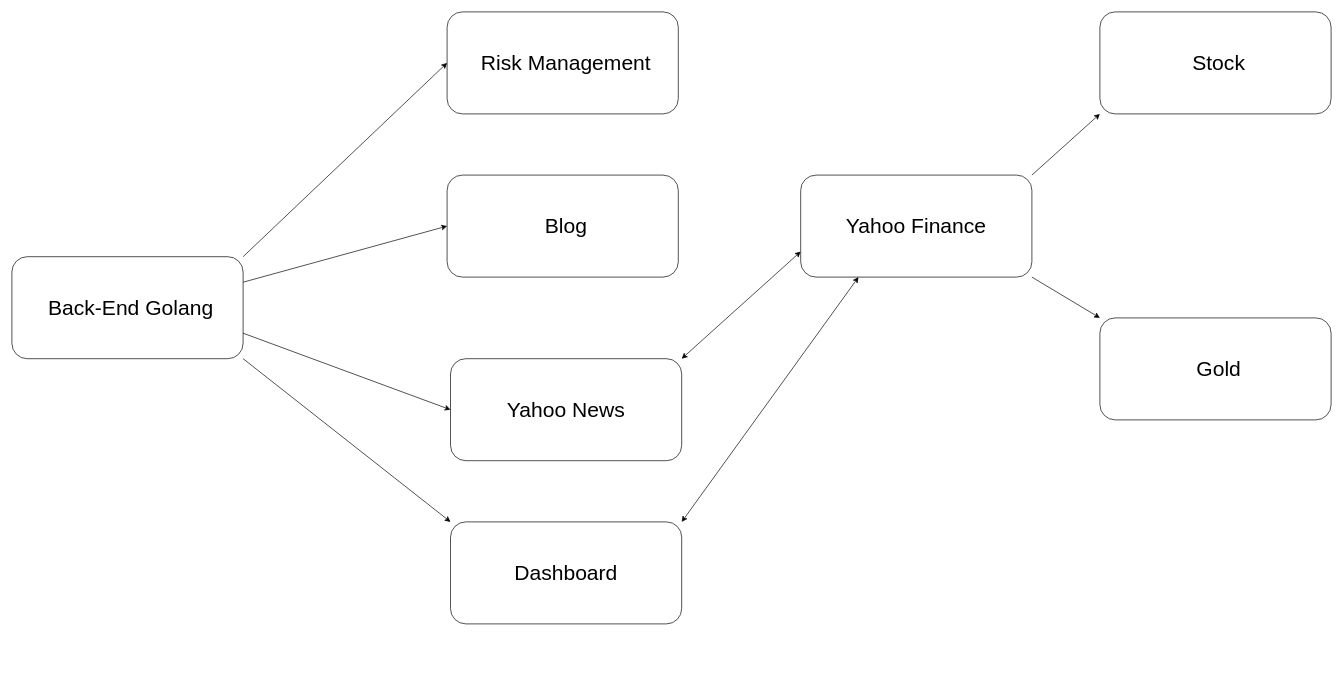
nes224/Golang-Quant-ML-Trading-Platform keeps this draw.io diagram as quant.drawio. Above is the earlier version. Source tidied: cells renumbered, new cells numbered last; positions are measured from the earlier drawing's top-left corner, leaving out a move shared by most shapes. Both pictures are drawn from the tidied source at 68%, with x=0, y=0 at pixel (12, 12).
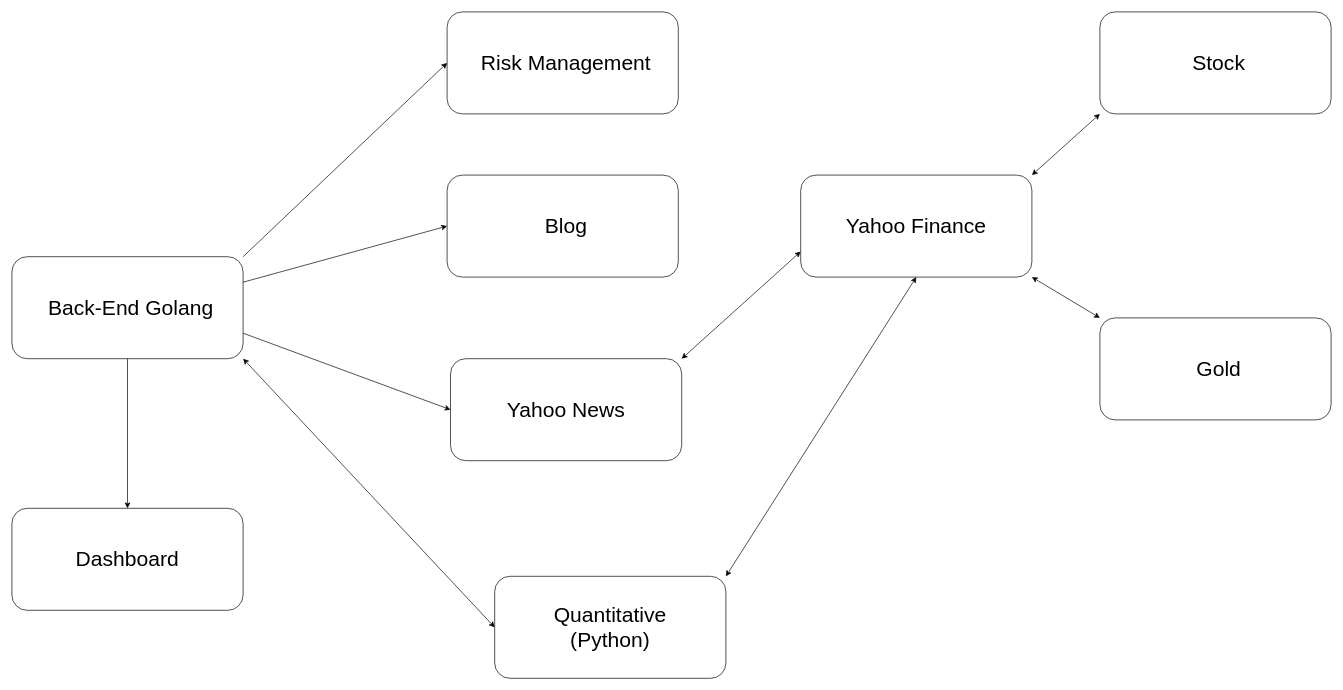
The same page after the edit.

Unchanged cells that the change refers to:
```xml
<mxCell id="2" style="rounded=1;whiteSpace=wrap;html=1;" parent="1" vertex="1">
  <mxGeometry y="360" width="340" height="150" as="geometry" />
</mxCell>
<mxCell id="8" style="rounded=1;whiteSpace=wrap;html=1;" parent="1" vertex="1">
  <mxGeometry x="645" y="510" width="340" height="150" as="geometry" />
</mxCell>
<mxCell id="16" style="rounded=1;whiteSpace=wrap;html=1;" parent="1" vertex="1">
  <mxGeometry x="1160" y="240" width="340" height="150" as="geometry" />
</mxCell>
<mxCell id="18" style="rounded=1;whiteSpace=wrap;html=1;" parent="1" vertex="1">
  <mxGeometry x="1600" width="340" height="150" as="geometry" />
</mxCell>
<mxCell id="20" style="rounded=1;whiteSpace=wrap;html=1;" parent="1" vertex="1">
  <mxGeometry x="1600" y="450" width="340" height="150" as="geometry" />
</mxCell>
```

What changed in the source:
```diff
@@
     <mxCell id="13" style="rounded=1;whiteSpace=wrap;html=1;" parent="1" vertex="1">
-      <mxGeometry x="645" y="750" width="340" height="150" as="geometry" />
+      <mxGeometry y="730" width="340" height="150" as="geometry" />
     </mxCell>
     <mxCell id="14" value="&lt;span style=&quot;font-size: 31px;&quot;&gt;Dashboard&lt;/span&gt;" style="text;html=1;whiteSpace=wrap;strokeColor=none;fillColor=none;align=center;verticalAlign=middle;rounded=0;fontFamily=Helvetica;fontSize=12;fontColor=default;" parent="1" vertex="1">
-      <mxGeometry x="670" y="810" width="290" height="30" as="geometry" />
+      <mxGeometry x="25" y="790" width="290" height="30" as="geometry" />
     </mxCell>
-    <mxCell id="15" style="endArrow=classic;html=1;rounded=0;fontFamily=Helvetica;fontSize=12;fontColor=default;exitX=1;exitY=1;exitDx=0;exitDy=0;entryX=0;entryY=0;entryDx=0;entryDy=0;" parent="1" edge="1" source="2" target="13">
+    <mxCell id="15" style="endArrow=classic;html=1;rounded=0;fontFamily=Helvetica;fontSize=12;fontColor=default;exitX=0.5;exitY=1;exitDx=0;exitDy=0;entryX=0.5;entryY=0;entryDx=0;entryDy=0;" parent="1" edge="1" source="2" target="13">
       <mxGeometry relative="1" as="geometry" />
     </mxCell>
@@
+    <mxCell id="25" style="endArrow=classic;startArrow=classic;html=1;rounded=0;fontFamily=Helvetica;fontSize=12;fontColor=default;entryX=0;entryY=0.75;entryDx=0;entryDy=0;exitX=1;exitY=0;exitDx=0;exitDy=0;" parent="1" edge="1" source="8" target="16">
+      <mxGeometry relative="1" as="geometry" />
+    </mxCell>
-    <mxCell id="22" style="endArrow=classic;html=1;rounded=0;fontFamily=Helvetica;fontSize=12;fontColor=default;entryX=0;entryY=1;entryDx=0;entryDy=0;exitX=1;exitY=0;exitDx=0;exitDy=0;" parent="1" edge="1" source="16" target="18">
+    <mxCell id="22" style="endArrow=classic;startArrow=classic;html=1;rounded=0;fontFamily=Helvetica;fontSize=12;fontColor=default;entryX=0;entryY=1;entryDx=0;entryDy=0;exitX=1;exitY=0;exitDx=0;exitDy=0;" parent="1" edge="1" source="16" target="18">
       <mxGeometry relative="1" as="geometry" />
     </mxCell>
-    <mxCell id="23" style="endArrow=classic;html=1;rounded=0;fontFamily=Helvetica;fontSize=12;fontColor=default;entryX=0;entryY=0;entryDx=0;entryDy=0;exitX=1;exitY=1;exitDx=0;exitDy=0;" parent="1" edge="1" source="16" target="20">
+    <mxCell id="23" style="endArrow=classic;startArrow=classic;html=1;rounded=0;fontFamily=Helvetica;fontSize=12;fontColor=default;entryX=0;entryY=0;entryDx=0;entryDy=0;exitX=1;exitY=1;exitDx=0;exitDy=0;" parent="1" edge="1" source="16" target="20">
       <mxGeometry relative="1" as="geometry" />
     </mxCell>
-    <mxCell id="24" style="endArrow=classic;startArrow=classic;html=1;rounded=0;fontFamily=Helvetica;fontSize=12;fontColor=default;exitX=1;exitY=0;exitDx=0;exitDy=0;entryX=0.25;entryY=1;entryDx=0;entryDy=0;" parent="1" edge="1" source="13" target="16">
-      <mxGeometry relative="1" as="geometry" />
-    </mxCell>
-    <mxCell id="25" style="endArrow=classic;startArrow=classic;html=1;rounded=0;fontFamily=Helvetica;fontSize=12;fontColor=default;entryX=0;entryY=0.75;entryDx=0;entryDy=0;exitX=1;exitY=0;exitDx=0;exitDy=0;" parent="1" edge="1" source="8" target="16">
-      <mxGeometry relative="1" as="geometry" />
-    </mxCell>
+    <mxCell id="26" style="rounded=1;whiteSpace=wrap;html=1;" parent="1" vertex="1">
+      <mxGeometry x="710" y="830" width="340" height="150" as="geometry" />
+    </mxCell>
+    <mxCell id="27" value="&lt;span style=&quot;font-size: 31px;&quot;&gt;Quantitative (Python)&lt;/span&gt;" style="text;html=1;whiteSpace=wrap;strokeColor=none;fillColor=none;align=center;verticalAlign=middle;rounded=0;fontFamily=Helvetica;fontSize=12;fontColor=default;" parent="1" vertex="1">
+      <mxGeometry x="735" y="890" width="290" height="30" as="geometry" />
+    </mxCell>
+    <mxCell id="28" style="endArrow=classic;startArrow=classic;html=1;rounded=0;fontFamily=Helvetica;fontSize=12;fontColor=default;exitX=1;exitY=1;exitDx=0;exitDy=0;entryX=0;entryY=0.5;entryDx=0;entryDy=0;" parent="1" edge="1" source="2" target="26">
+      <mxGeometry relative="1" as="geometry" />
+    </mxCell>
+    <mxCell id="29" style="endArrow=classic;startArrow=classic;html=1;rounded=0;fontFamily=Helvetica;fontSize=12;fontColor=default;entryX=0.5;entryY=1;entryDx=0;entryDy=0;exitX=1;exitY=0;exitDx=0;exitDy=0;" parent="1" edge="1" source="26" target="16">
+      <mxGeometry relative="1" as="geometry" />
+    </mxCell>
```
